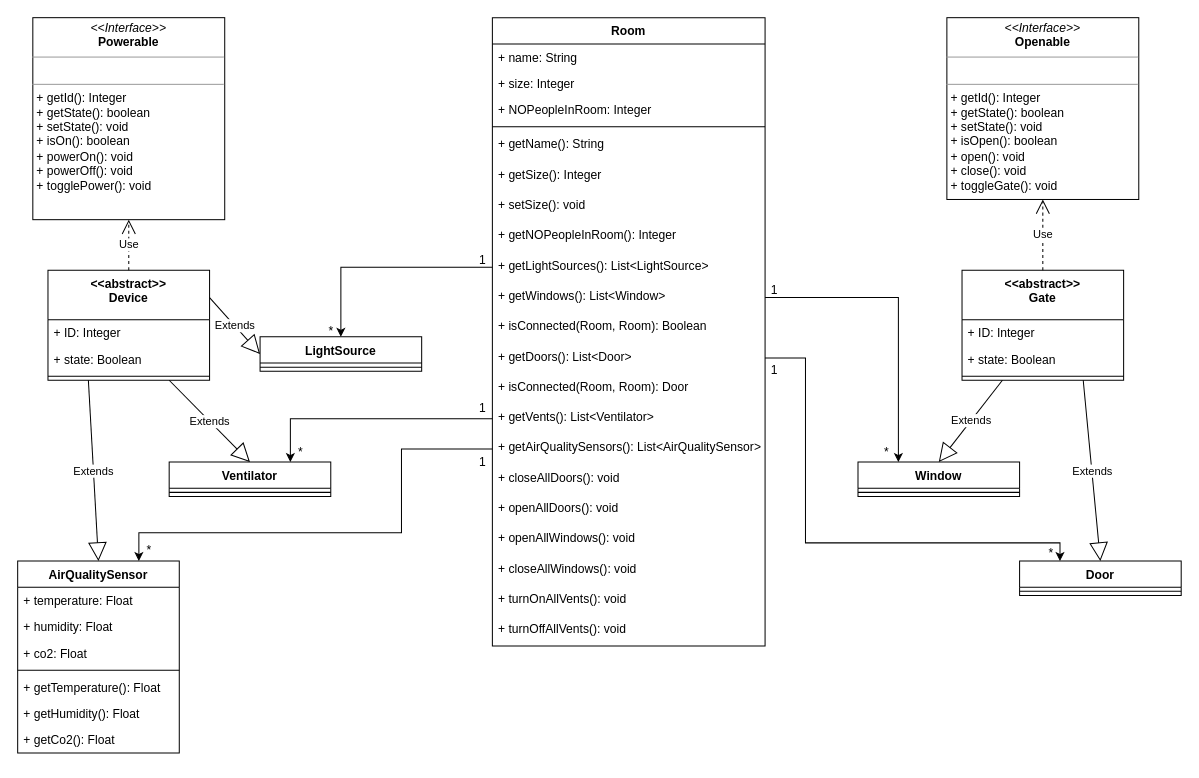
jku-win-se/teaching.ws22.prse.smartroom.Team2 keeps this draw.io diagram as documentation/diagrams/team_2_uml_diagram.drawio. Above is the earlier version. Source tidied: cells renumbered, new cells numbered last; positions are measured from the earlier drawing's top-left corner, leaving out a move shared by most shapes. Both pictures are drawn from the tidied source at 101%, with x=0, y=0 at pixel (17, 17).
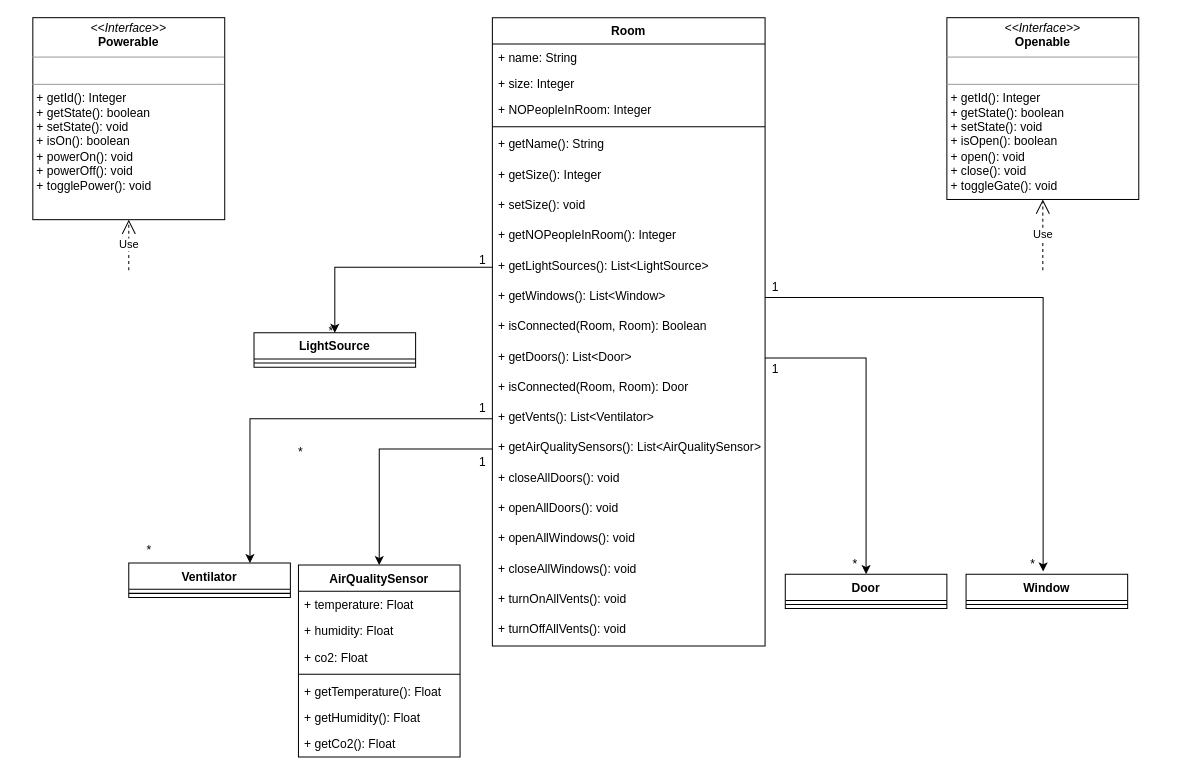
The same diagram, later.

Unchanged cells that the change refers to:
```xml
<mxCell id="14" value="+ getWindows(): List&lt;Window&gt;" style="text;strokeColor=none;fillColor=none;align=left;verticalAlign=top;spacingLeft=4;spacingRight=4;overflow=hidden;points=[[0,0.5],[1,0.5]];portConstraint=eastwest;" parent="4" vertex="1">
  <mxGeometry y="262" width="270" height="30" as="geometry" />
</mxCell>
<mxCell id="16" value="+ getDoors(): List&lt;Door&gt;" style="text;strokeColor=none;fillColor=none;align=left;verticalAlign=top;spacingLeft=4;spacingRight=4;overflow=hidden;points=[[0,0.5],[1,0.5]];portConstraint=eastwest;" parent="4" vertex="1">
  <mxGeometry y="322" width="270" height="30" as="geometry" />
</mxCell>
<mxCell id="19" value="+ getAirQualitySensors(): List&lt;AirQualitySensor&gt;" style="text;strokeColor=none;fillColor=none;align=left;verticalAlign=top;spacingLeft=4;spacingRight=4;overflow=hidden;points=[[0,0.5],[1,0.5]];portConstraint=eastwest;" parent="4" vertex="1">
  <mxGeometry y="412" width="270" height="30" as="geometry" />
</mxCell>
<mxCell id="46" value="&lt;p style=&quot;margin:0px;margin-top:4px;text-align:center;&quot;&gt;&lt;i&gt;&amp;lt;&amp;lt;Interface&amp;gt;&amp;gt;&lt;/i&gt;&lt;br&gt;&lt;b&gt;Powerable&lt;/b&gt;&lt;/p&gt;&lt;hr size=&quot;1&quot;&gt;&lt;p style=&quot;margin:0px;margin-left:4px;&quot;&gt;&lt;br&gt;&lt;/p&gt;&lt;hr size=&quot;1&quot;&gt;&lt;p style=&quot;margin:0px;margin-left:4px;&quot;&gt;+ getId(): Integer&lt;br&gt;+ getState(): boolean&lt;/p&gt;&lt;p style=&quot;margin:0px;margin-left:4px;&quot;&gt;+ setState(): void&lt;br&gt;&lt;/p&gt;&lt;p style=&quot;margin:0px;margin-left:4px;&quot;&gt;+ isOn(): boolean&lt;/p&gt;&lt;p style=&quot;margin:0px;margin-left:4px;&quot;&gt;+ powerOn(): void&lt;/p&gt;&lt;p style=&quot;margin:0px;margin-left:4px;&quot;&gt;+ powerOff(): void&lt;/p&gt;&lt;p style=&quot;margin:0px;margin-left:4px;&quot;&gt;+ togglePower(): void&lt;/p&gt;" style="verticalAlign=top;align=left;overflow=fill;fontSize=12;fontFamily=Helvetica;html=1;" parent="1" vertex="1">
  <mxGeometry x="15" width="190" height="200" as="geometry" />
</mxCell>
<mxCell id="47" value="&lt;p style=&quot;margin:0px;margin-top:4px;text-align:center;&quot;&gt;&lt;i&gt;&amp;lt;&amp;lt;Interface&amp;gt;&amp;gt;&lt;/i&gt;&lt;br&gt;&lt;b&gt;Openable&lt;/b&gt;&lt;/p&gt;&lt;hr size=&quot;1&quot;&gt;&lt;p style=&quot;margin:0px;margin-left:4px;&quot;&gt;&lt;br&gt;&lt;/p&gt;&lt;hr size=&quot;1&quot;&gt;&lt;p style=&quot;margin:0px;margin-left:4px;&quot;&gt;+ getId(): Integer&lt;br&gt;+ getState(): boolean&lt;br&gt;+ setState(): void&lt;br&gt;&lt;/p&gt;&lt;p style=&quot;margin: 0px 0px 0px 4px;&quot;&gt;+ isOpen(): boolean&lt;/p&gt;&lt;p style=&quot;margin: 0px 0px 0px 4px;&quot;&gt;+ open(): void&lt;/p&gt;&lt;p style=&quot;margin: 0px 0px 0px 4px;&quot;&gt;+ close(): void&lt;/p&gt;&lt;p style=&quot;margin: 0px 0px 0px 4px;&quot;&gt;+ toggleGate(): void&lt;/p&gt;" style="verticalAlign=top;align=left;overflow=fill;fontSize=12;fontFamily=Helvetica;html=1;" parent="1" vertex="1">
  <mxGeometry x="920" width="190" height="180" as="geometry" />
</mxCell>
```

The edit, as a diff of the source:
```diff
@@
     <mxCell id="2" value="Window" style="swimlane;fontStyle=1;align=center;verticalAlign=top;horizontal=1;startSize=26;" parent="1" vertex="1">
-      <mxGeometry x="832" y="440" width="160" height="34" as="geometry" />
+      <mxGeometry x="939" y="551" width="160" height="34" as="geometry" />
     </mxCell>
@@
     <mxCell id="26" value="Ventilator" style="swimlane;fontStyle=1;align=center;verticalAlign=top;horizontal=1;startSize=26;" parent="1" vertex="1">
-      <mxGeometry x="150" y="440" width="160" height="34" as="geometry" />
+      <mxGeometry x="110" y="540" width="160" height="34" as="geometry" />
     </mxCell>
@@
     <mxCell id="28" value="Door" style="swimlane;fontStyle=1;align=center;verticalAlign=top;horizontal=1;startSize=26;" parent="1" vertex="1">
-      <mxGeometry x="992" y="538" width="160" height="34" as="geometry" />
+      <mxGeometry x="760" y="551" width="160" height="34" as="geometry" />
     </mxCell>
@@
     <mxCell id="30" value="AirQualitySensor" style="swimlane;fontStyle=1;align=center;verticalAlign=top;horizontal=1;startSize=26;" parent="1" vertex="1">
-      <mxGeometry y="538" width="160" height="190" as="geometry" />
+      <mxGeometry x="278" y="542" width="160" height="190" as="geometry" />
     </mxCell>
@@
-    <mxCell id="40" value="*" style="text;html=1;align=center;verticalAlign=middle;strokeColor=none;fillColor=none;" parent="1" vertex="1">
-      <mxGeometry x="850" y="420" width="20" height="20" as="geometry" />
-    </mxCell>
     <mxCell id="41" value="*" style="text;html=1;align=center;verticalAlign=middle;strokeColor=none;fillColor=none;" parent="1" vertex="1">
-      <mxGeometry x="1013" y="520" width="20" height="20" as="geometry" />
+      <mxGeometry x="819" y="531" width="20" height="20" as="geometry" />
     </mxCell>
@@
     <mxCell id="43" value="1" style="text;html=1;align=center;verticalAlign=middle;strokeColor=none;fillColor=none;" parent="1" vertex="1">
-      <mxGeometry x="739" y="339" width="20" height="20" as="geometry" />
+      <mxGeometry x="740" y="338" width="20" height="20" as="geometry" />
     </mxCell>
     <mxCell id="44" value="1" style="text;html=1;align=center;verticalAlign=middle;strokeColor=none;fillColor=none;" parent="1" vertex="1">
-      <mxGeometry x="739" y="260" width="20" height="20" as="geometry" />
+      <mxGeometry x="740" y="257" width="20" height="20" as="geometry" />
     </mxCell>
@@
-    <mxCell id="48" value="&lt;&lt;abstract&gt;&gt;&#10;Gate" style="swimlane;fontStyle=1;align=center;verticalAlign=top;horizontal=1;startSize=49;" parent="1" vertex="1">
-      <mxGeometry x="935" y="250" width="160" height="109" as="geometry" />
-    </mxCell>
-    <mxCell id="49" value="+ ID: Integer" style="text;strokeColor=none;fillColor=none;align=left;verticalAlign=top;spacingLeft=4;spacingRight=4;overflow=hidden;" parent="48" vertex="1">
-      <mxGeometry y="49" width="160" height="26" as="geometry" />
-    </mxCell>
-    <mxCell id="50" value="+ state: Boolean" style="text;strokeColor=none;fillColor=none;align=left;verticalAlign=top;spacingLeft=4;spacingRight=4;overflow=hidden;" parent="48" vertex="1">
-      <mxGeometry y="75" width="160" height="26" as="geometry" />
-    </mxCell>
-    <mxCell id="51" style="line;strokeWidth=1;fillColor=none;align=left;verticalAlign=middle;spacingTop=-1;spacingLeft=3;spacingRight=3;labelPosition=right;strokeColor=inherit;" parent="48" vertex="1">
-      <mxGeometry y="101" width="160" height="8" as="geometry" />
-    </mxCell>
-    <mxCell id="52" value="Extends" style="endArrow=block;endSize=16;endFill=0;html=1;rounded=0;entryX=0.5;entryY=0;entryDx=0;entryDy=0;exitX=0.25;exitY=1;exitDx=0;exitDy=0;" parent="1" edge="1" source="48" target="2">
-      <mxGeometry relative="1" as="geometry" />
-    </mxCell>
-    <mxCell id="53" value="Extends" style="endArrow=block;endSize=16;endFill=0;html=1;rounded=0;exitX=0.75;exitY=1;exitDx=0;exitDy=0;entryX=0.5;entryY=0;entryDx=0;entryDy=0;" parent="1" edge="1" source="48" target="28">
-      <mxGeometry relative="1" as="geometry" />
-    </mxCell>
-    <mxCell id="54" value="&lt;&lt;abstract&gt;&gt;&#10;Device" style="swimlane;fontStyle=1;align=center;verticalAlign=top;horizontal=1;startSize=49;" parent="1" vertex="1">
-      <mxGeometry x="30" y="250" width="160" height="109" as="geometry" />
-    </mxCell>
-    <mxCell id="55" value="+ ID: Integer" style="text;strokeColor=none;fillColor=none;align=left;verticalAlign=top;spacingLeft=4;spacingRight=4;overflow=hidden;" parent="54" vertex="1">
-      <mxGeometry y="49" width="160" height="26" as="geometry" />
-    </mxCell>
-    <mxCell id="56" value="+ state: Boolean" style="text;strokeColor=none;fillColor=none;align=left;verticalAlign=top;spacingLeft=4;spacingRight=4;overflow=hidden;" parent="54" vertex="1">
-      <mxGeometry y="75" width="160" height="26" as="geometry" />
-    </mxCell>
-    <mxCell id="57" style="line;strokeWidth=1;fillColor=none;align=left;verticalAlign=middle;spacingTop=-1;spacingLeft=3;spacingRight=3;labelPosition=right;strokeColor=inherit;" parent="54" vertex="1">
-      <mxGeometry y="101" width="160" height="8" as="geometry" />
-    </mxCell>
-    <mxCell id="58" value="Extends" style="endArrow=block;endSize=16;endFill=0;html=1;rounded=0;entryX=0.5;entryY=0;entryDx=0;entryDy=0;exitX=0.25;exitY=1;exitDx=0;exitDy=0;" parent="1" edge="1" source="54" target="30">
-      <mxGeometry relative="1" as="geometry" />
-    </mxCell>
-    <mxCell id="59" value="Extends" style="endArrow=block;endSize=16;endFill=0;html=1;rounded=0;entryX=0.5;entryY=0;entryDx=0;entryDy=0;exitX=0.75;exitY=1;exitDx=0;exitDy=0;" parent="1" edge="1" source="54" target="26">
-      <mxGeometry relative="1" as="geometry" />
-    </mxCell>
-    <mxCell id="60" value="Use" style="endArrow=open;endSize=12;dashed=1;html=1;rounded=0;entryX=0.5;entryY=1;entryDx=0;entryDy=0;" parent="1" edge="1" source="48" target="47">
-      <mxGeometry relative="1" as="geometry" />
+    <mxCell id="60" value="Use" style="endArrow=open;endSize=12;dashed=1;html=1;rounded=0;entryX=0.5;entryY=1;entryDx=0;entryDy=0;" parent="1" edge="1" target="47">
+      <mxGeometry relative="1" as="geometry">
+        <mxPoint x="1015" y="250" as="sourcePoint" />
+      </mxGeometry>
     </mxCell>
-    <mxCell id="61" value="Use" style="endArrow=open;endSize=12;dashed=1;html=1;rounded=0;entryX=0.5;entryY=1;entryDx=0;entryDy=0;exitX=0.5;exitY=0;exitDx=0;exitDy=0;" parent="1" edge="1" source="54" target="46">
-      <mxGeometry relative="1" as="geometry" />
+    <mxCell id="61" value="Use" style="endArrow=open;endSize=12;dashed=1;html=1;rounded=0;entryX=0.5;entryY=1;entryDx=0;entryDy=0;exitX=0.5;exitY=0;exitDx=0;exitDy=0;" parent="1" edge="1" target="46">
+      <mxGeometry relative="1" as="geometry">
+        <mxPoint x="110" y="250" as="sourcePoint" />
+      </mxGeometry>
     </mxCell>
@@
-    <mxCell id="63" style="edgeStyle=orthogonalEdgeStyle;rounded=0;jettySize=auto;html=1;exitX=0;exitY=0.5;exitDx=0;exitDy=0;entryX=0.75;entryY=0;entryDx=0;entryDy=0;" parent="1" edge="1" source="19" target="30">
-      <mxGeometry relative="1" as="geometry">
-        <Array as="points">
-          <mxPoint x="380" y="427" />
-          <mxPoint x="380" y="510" />
-          <mxPoint x="120" y="510" />
-        </Array>
-      </mxGeometry>
-    </mxCell>
-    <mxCell id="64" style="edgeStyle=orthogonalEdgeStyle;rounded=0;jettySize=auto;html=1;exitX=1;exitY=0.5;exitDx=0;exitDy=0;entryX=0.25;entryY=0;entryDx=0;entryDy=0;" parent="1" edge="1" source="16" target="28">
-      <mxGeometry relative="1" as="geometry">
-        <Array as="points">
-          <mxPoint x="780" y="337" />
-          <mxPoint x="780" y="520" />
-          <mxPoint x="1032" y="520" />
-        </Array>
-      </mxGeometry>
-    </mxCell>
     <mxCell id="65" value="LightSource" style="swimlane;fontStyle=1;align=center;verticalAlign=top;horizontal=1;startSize=26;" parent="1" vertex="1">
-      <mxGeometry x="240" y="316" width="160" height="34" as="geometry" />
+      <mxGeometry x="234" y="312" width="160" height="34" as="geometry" />
     </mxCell>
@@
-    <mxCell id="67" value="Extends" style="endArrow=block;endSize=16;endFill=0;html=1;rounded=0;entryX=0;entryY=0.5;entryDx=0;entryDy=0;exitX=1;exitY=0.25;exitDx=0;exitDy=0;" parent="1" edge="1" source="54" target="65">
-      <mxGeometry relative="1" as="geometry" />
-    </mxCell>
-    <mxCell id="68" style="edgeStyle=orthogonalEdgeStyle;rounded=0;jettySize=auto;html=1;exitX=1;exitY=0.5;exitDx=0;exitDy=0;entryX=0.25;entryY=0;entryDx=0;entryDy=0;" parent="1" edge="1" source="14" target="2">
-      <mxGeometry relative="1" as="geometry" />
-    </mxCell>
@@
+    <mxCell id="63" style="edgeStyle=orthogonalEdgeStyle;rounded=0;jettySize=auto;html=1;exitX=0;exitY=0.5;exitDx=0;exitDy=0;entryX=0.5;entryY=0;entryDx=0;entryDy=0;" parent="1" edge="1" source="19" target="30">
+      <mxGeometry relative="1" as="geometry" />
+    </mxCell>
+    <mxCell id="72" style="edgeStyle=orthogonalEdgeStyle;rounded=0;jettySize=auto;html=1;exitX=1;exitY=0.5;exitDx=0;exitDy=0;" parent="1" edge="1" source="14">
+      <mxGeometry relative="1" as="geometry">
+        <mxPoint x="1015.3" y="548.3" as="targetPoint" />
+        <Array as="points">
+          <mxPoint x="1015" y="277" />
+        </Array>
+      </mxGeometry>
+    </mxCell>
+    <mxCell id="64" style="edgeStyle=orthogonalEdgeStyle;rounded=0;jettySize=auto;html=1;exitX=1;exitY=0.5;exitDx=0;exitDy=0;entryX=0.5;entryY=0;entryDx=0;entryDy=0;" parent="1" edge="1" source="16" target="28">
+      <mxGeometry relative="1" as="geometry" />
+    </mxCell>
+    <mxCell id="40" value="*" style="text;html=1;align=center;verticalAlign=middle;strokeColor=none;fillColor=none;" parent="1" vertex="1">
+      <mxGeometry x="995" y="531" width="20" height="20" as="geometry" />
+    </mxCell>
```
